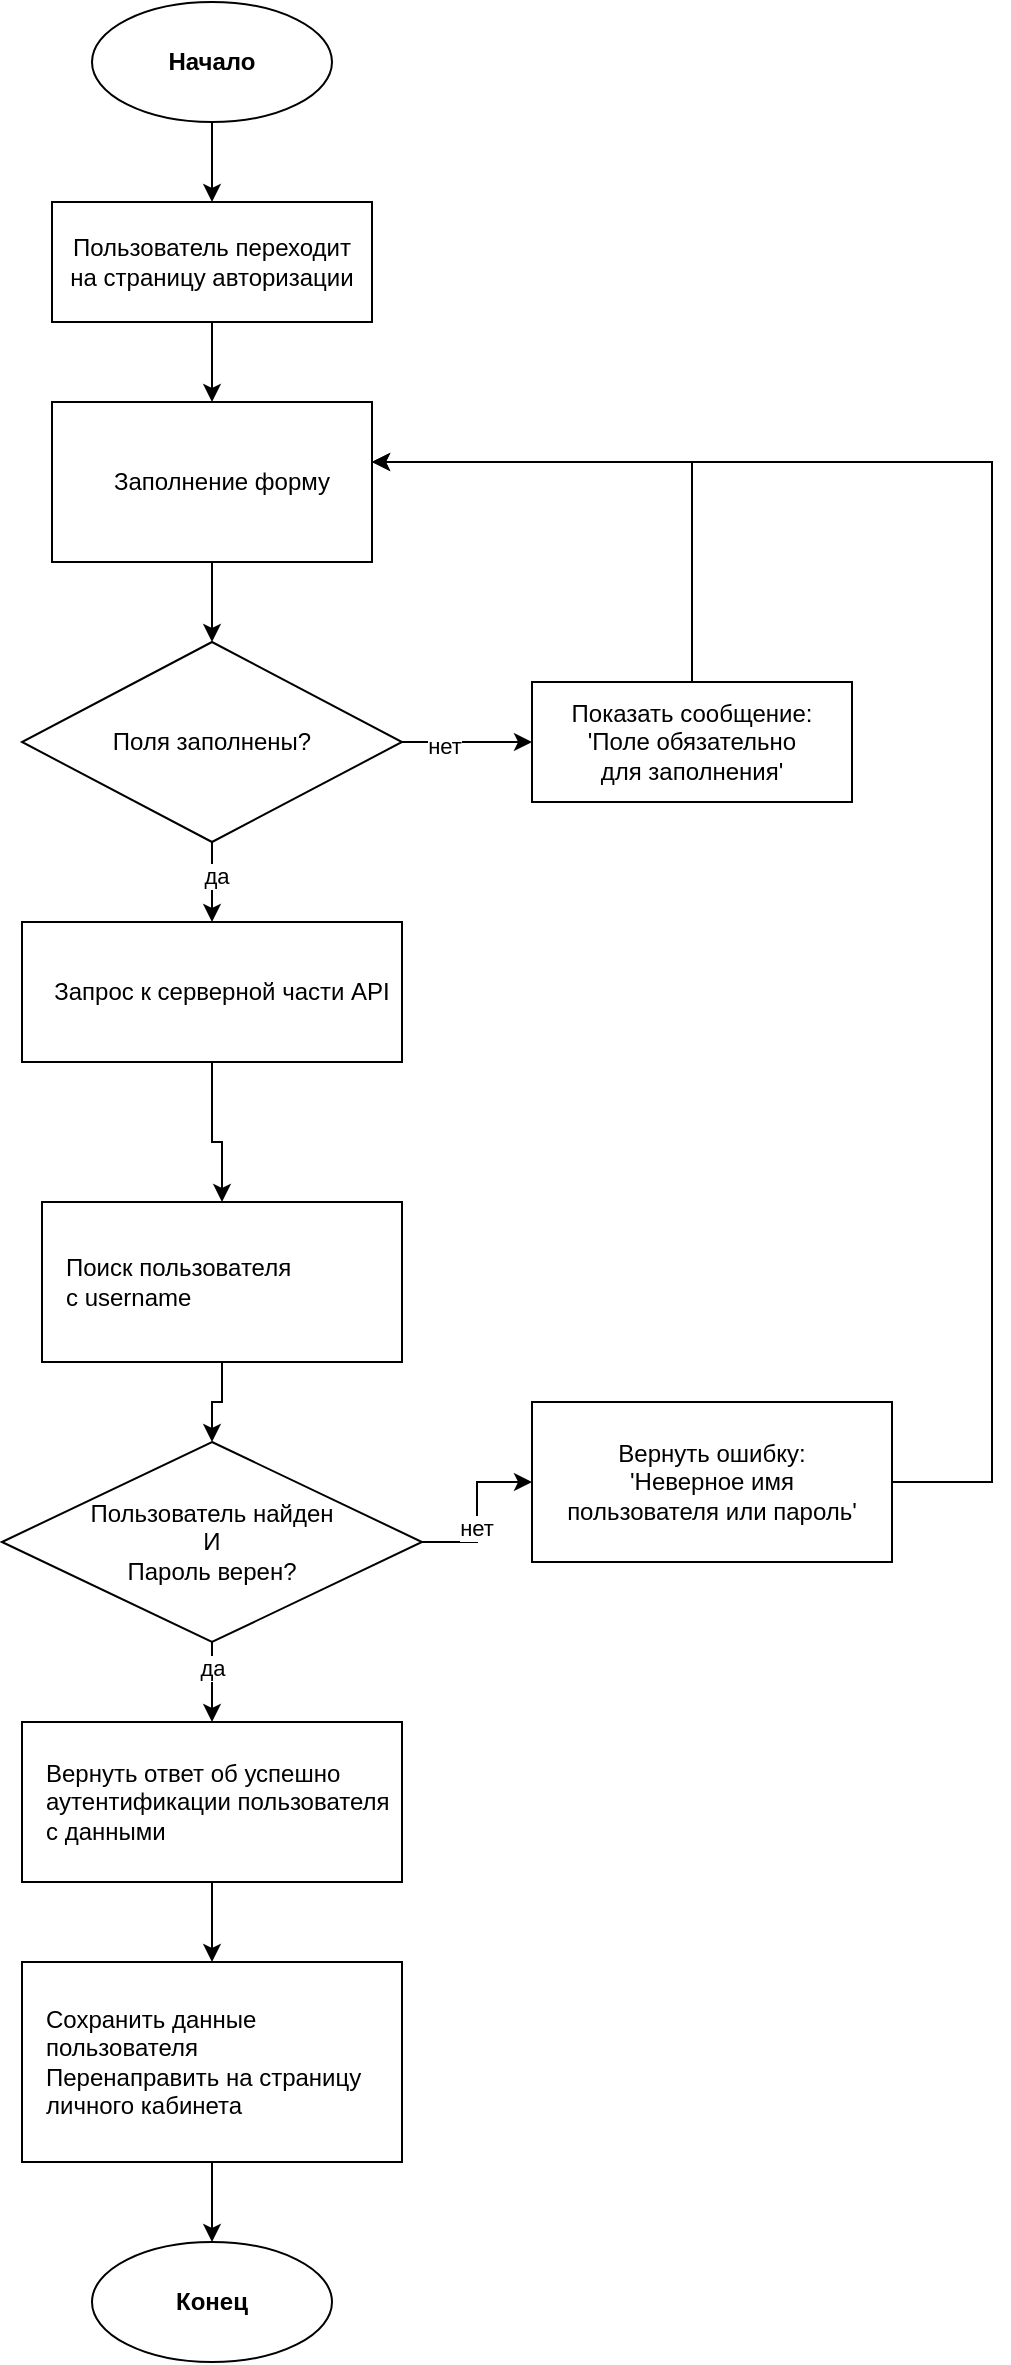
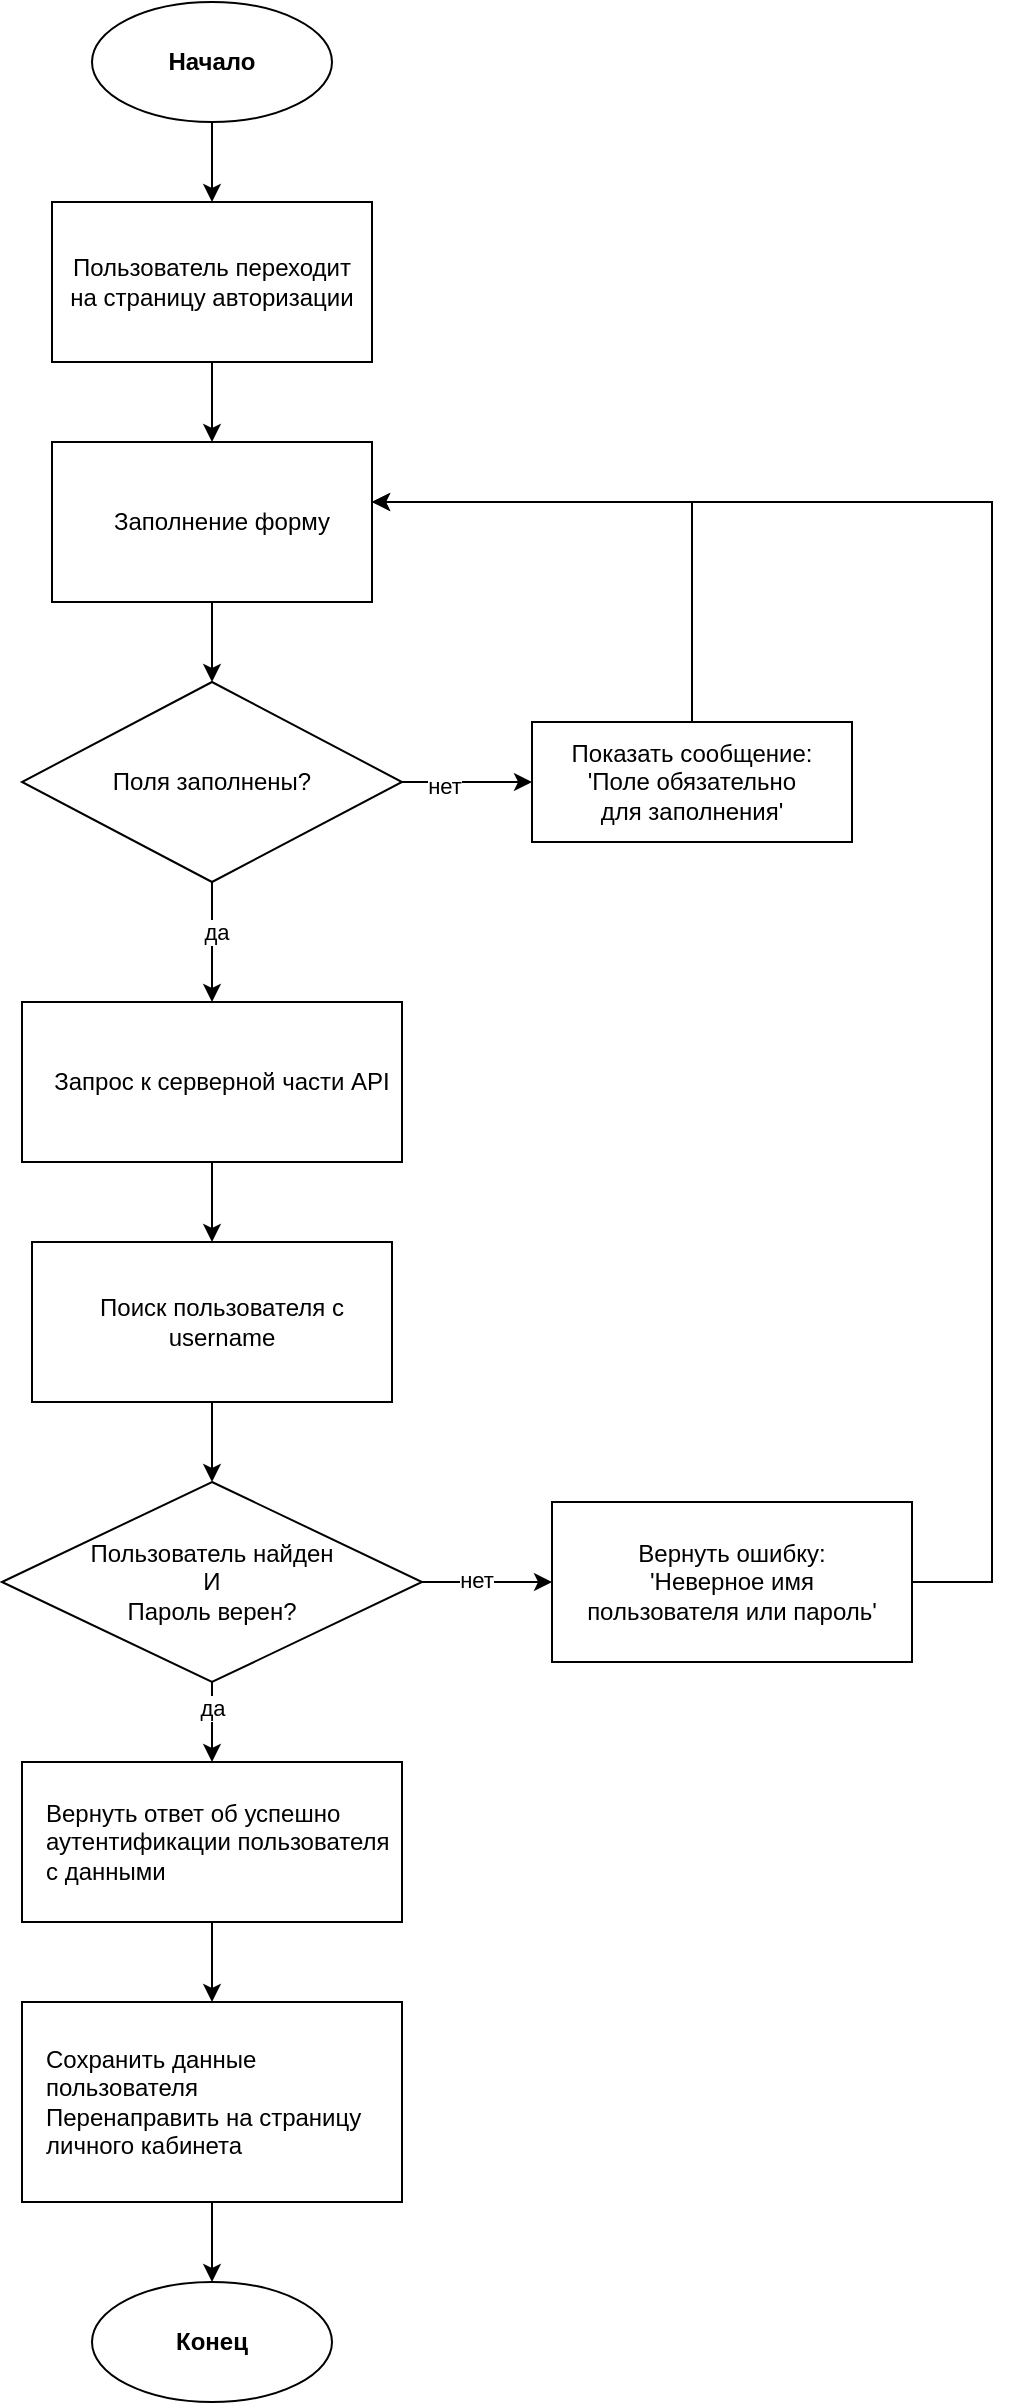
<mxfile host="app.diagrams.net">
  <diagram name="Login Algorithm" id="JlpULRx5UV9ognDDVLM7">
-     <mxGraphModel dx="2357" dy="1320" grid="1" gridSize="10" guides="1" tooltips="1" connect="1" arrows="1" fold="1" page="1" pageScale="1" pageWidth="827" pageHeight="1169" math="0" shadow="0">
+     <mxGraphModel dx="1414" dy="792" grid="1" gridSize="10" guides="1" tooltips="1" connect="1" arrows="1" fold="1" page="1" pageScale="1" pageWidth="827" pageHeight="1169" math="0" shadow="0">
      <root>
        <mxCell id="0" />
        <mxCell id="1" parent="0" />
        <mxCell id="bzk-Thg4Nawm8KJKOuyE-1" parent="1" style="ellipse;whiteSpace=wrap;html=1;fontStyle=1" value="Начало" vertex="1">
-           <mxGeometry height="60" width="120" x="340" y="40" as="geometry" />
+           <mxGeometry height="60" width="120" x="340" y="20" as="geometry" />
        </mxCell>
        <mxCell id="bzk-Thg4Nawm8KJKOuyE-2" parent="1" style="rounded=0;whiteSpace=wrap;html=1;" value="Пользователь переходит&lt;br&gt;на страницу авторизации" vertex="1">
-           <mxGeometry height="60" width="160" x="320" y="140" as="geometry" />
+           <mxGeometry height="80" width="160" x="320" y="120" as="geometry" />
        </mxCell>
        <mxCell id="bzk-Thg4Nawm8KJKOuyE-3" parent="1" style="rounded=0;whiteSpace=wrap;html=1;align=center;spacingLeft=10;" value="&lt;div style=&quot;&quot;&gt;&lt;span style=&quot;background-color: transparent; color: light-dark(rgb(0, 0, 0), rgb(255, 255, 255));&quot;&gt;Заполнение форму&lt;/span&gt;&lt;/div&gt;" vertex="1">
          <mxGeometry height="80" width="160" x="320" y="240" as="geometry" />
        </mxCell>
        <mxCell id="bzk-Thg4Nawm8KJKOuyE-35" edge="1" parent="1" source="bzk-Thg4Nawm8KJKOuyE-4" style="edgeStyle=orthogonalEdgeStyle;rounded=0;orthogonalLoop=1;jettySize=auto;html=1;" target="bzk-Thg4Nawm8KJKOuyE-6">
          <mxGeometry relative="1" as="geometry" />
        </mxCell>
        <mxCell id="bzk-Thg4Nawm8KJKOuyE-38" connectable="0" parent="bzk-Thg4Nawm8KJKOuyE-35" style="edgeLabel;html=1;align=center;verticalAlign=middle;resizable=0;points=[];" value="да" vertex="1">
          <mxGeometry relative="1" x="-0.1667" y="2" as="geometry">
            <mxPoint as="offset" />
          </mxGeometry>
        </mxCell>
        <mxCell id="bzk-Thg4Nawm8KJKOuyE-36" edge="1" parent="1" source="bzk-Thg4Nawm8KJKOuyE-4" style="edgeStyle=orthogonalEdgeStyle;rounded=0;orthogonalLoop=1;jettySize=auto;html=1;entryX=0;entryY=0.5;entryDx=0;entryDy=0;" target="bzk-Thg4Nawm8KJKOuyE-5">
          <mxGeometry relative="1" as="geometry" />
        </mxCell>
        <mxCell id="bzk-Thg4Nawm8KJKOuyE-37" connectable="0" parent="bzk-Thg4Nawm8KJKOuyE-36" style="edgeLabel;html=1;align=center;verticalAlign=middle;resizable=0;points=[];" value="нет" vertex="1">
          <mxGeometry relative="1" x="-0.3487" y="-2" as="geometry">
            <mxPoint as="offset" />
          </mxGeometry>
        </mxCell>
        <mxCell id="bzk-Thg4Nawm8KJKOuyE-4" parent="1" style="rhombus;whiteSpace=wrap;html=1;" value="Поля заполнены?" vertex="1">
          <mxGeometry height="100" width="190" x="305" y="360" as="geometry" />
        </mxCell>
        <mxCell id="bzk-Thg4Nawm8KJKOuyE-5" parent="1" style="rounded=0;whiteSpace=wrap;html=1;" value="Показать сообщение:&lt;br&gt;&#39;Поле обязательно&lt;br&gt;для заполнения&#39;" vertex="1">
          <mxGeometry height="60" width="160" x="560" y="380" as="geometry" />
        </mxCell>
+         <mxCell id="o1voBBchRaHj9LzE9yE5-1" edge="1" parent="1" source="bzk-Thg4Nawm8KJKOuyE-6" style="edgeStyle=orthogonalEdgeStyle;rounded=0;orthogonalLoop=1;jettySize=auto;html=1;entryX=0.5;entryY=0;entryDx=0;entryDy=0;" target="bzk-Thg4Nawm8KJKOuyE-7">
+           <mxGeometry relative="1" as="geometry" />
+         </mxCell>
        <mxCell id="bzk-Thg4Nawm8KJKOuyE-6" parent="1" style="rounded=0;whiteSpace=wrap;html=1;align=center;spacingLeft=10;" value="Запрос к серверной части API" vertex="1">
-           <mxGeometry height="70" width="190" x="305" y="500" as="geometry" />
+           <mxGeometry height="80" width="190" x="305" y="520" as="geometry" />
        </mxCell>
-         <mxCell id="bzk-Thg4Nawm8KJKOuyE-7" parent="1" style="rounded=0;whiteSpace=wrap;html=1;align=left;spacingLeft=10;" value="Поиск пользователя&lt;br&gt;с username" vertex="1">
-           <mxGeometry height="80" width="180" x="315" y="640" as="geometry" />
+         <mxCell id="bzk-Thg4Nawm8KJKOuyE-7" parent="1" style="rounded=0;whiteSpace=wrap;html=1;align=center;spacingLeft=10;" value="Поиск пользователя с username" vertex="1">
+           <mxGeometry height="80" width="180" x="310" y="640" as="geometry" />
        </mxCell>
        <mxCell id="bzk-Thg4Nawm8KJKOuyE-31" edge="1" parent="1" source="bzk-Thg4Nawm8KJKOuyE-8" style="edgeStyle=orthogonalEdgeStyle;rounded=0;orthogonalLoop=1;jettySize=auto;html=1;" target="bzk-Thg4Nawm8KJKOuyE-9">
          <mxGeometry relative="1" as="geometry" />
        </mxCell>
        <mxCell id="bzk-Thg4Nawm8KJKOuyE-33" connectable="0" parent="bzk-Thg4Nawm8KJKOuyE-31" style="edgeLabel;html=1;align=center;verticalAlign=middle;resizable=0;points=[];" value="нет" vertex="1">
          <mxGeometry relative="1" x="-0.1724" y="1" as="geometry">
            <mxPoint as="offset" />
          </mxGeometry>
        </mxCell>
        <mxCell id="bzk-Thg4Nawm8KJKOuyE-32" edge="1" parent="1" source="bzk-Thg4Nawm8KJKOuyE-8" style="edgeStyle=orthogonalEdgeStyle;rounded=0;orthogonalLoop=1;jettySize=auto;html=1;entryX=0.5;entryY=0;entryDx=0;entryDy=0;" target="bzk-Thg4Nawm8KJKOuyE-11">
          <mxGeometry relative="1" as="geometry">
            <mxPoint x="400" y="900" as="targetPoint" />
          </mxGeometry>
        </mxCell>
        <mxCell id="bzk-Thg4Nawm8KJKOuyE-34" connectable="0" parent="bzk-Thg4Nawm8KJKOuyE-32" style="edgeLabel;html=1;align=center;verticalAlign=middle;resizable=0;points=[];" value="да" vertex="1">
          <mxGeometry relative="1" x="-0.3517" as="geometry">
            <mxPoint as="offset" />
          </mxGeometry>
        </mxCell>
        <mxCell id="bzk-Thg4Nawm8KJKOuyE-8" parent="1" style="rhombus;whiteSpace=wrap;html=1;" value="Пользователь найден&lt;br&gt;И&lt;br&gt;Пароль верен?" vertex="1">
          <mxGeometry height="100" width="210" x="295" y="760" as="geometry" />
        </mxCell>
        <mxCell id="bzk-Thg4Nawm8KJKOuyE-9" parent="1" style="rounded=0;whiteSpace=wrap;html=1;" value="Вернуть ошибку:&lt;br&gt;&#39;Неверное имя&lt;br&gt;пользователя или пароль&#39;" vertex="1">
-           <mxGeometry height="80" width="180" x="560" y="740" as="geometry" />
+           <mxGeometry height="80" width="180" x="570" y="770" as="geometry" />
        </mxCell>
        <mxCell id="bzk-Thg4Nawm8KJKOuyE-11" parent="1" style="rounded=0;whiteSpace=wrap;html=1;align=left;spacingLeft=10;" value="Вернуть ответ об успешно аутентификации пользователя с данными" vertex="1">
          <mxGeometry height="80" width="190" x="305" y="900" as="geometry" />
        </mxCell>
        <mxCell id="bzk-Thg4Nawm8KJKOuyE-12" parent="1" style="rounded=0;whiteSpace=wrap;html=1;align=left;spacingLeft=10;" value="Сохранить данные&lt;br&gt;пользователя&lt;br&gt;Перенаправить на страницу личного кабинета" vertex="1">
          <mxGeometry height="100" width="190" x="305" y="1020" as="geometry" />
        </mxCell>
        <mxCell id="bzk-Thg4Nawm8KJKOuyE-13" parent="1" style="ellipse;whiteSpace=wrap;html=1;fontStyle=1" value="Конец" vertex="1">
          <mxGeometry height="60" width="120" x="340" y="1160" as="geometry" />
        </mxCell>
        <mxCell id="bzk-Thg4Nawm8KJKOuyE-14" edge="1" parent="1" source="bzk-Thg4Nawm8KJKOuyE-1" style="edgeStyle=orthogonalEdgeStyle;rounded=0;orthogonalLoop=1;jettySize=auto;html=1;exitX=0.5;exitY=1;entryX=0.5;entryY=0;" target="bzk-Thg4Nawm8KJKOuyE-2">
          <mxGeometry relative="1" as="geometry" />
        </mxCell>
        <mxCell id="bzk-Thg4Nawm8KJKOuyE-15" edge="1" parent="1" source="bzk-Thg4Nawm8KJKOuyE-2" style="edgeStyle=orthogonalEdgeStyle;rounded=0;orthogonalLoop=1;jettySize=auto;html=1;exitX=0.5;exitY=1;entryX=0.5;entryY=0;" target="bzk-Thg4Nawm8KJKOuyE-3">
          <mxGeometry relative="1" as="geometry" />
        </mxCell>
        <mxCell id="bzk-Thg4Nawm8KJKOuyE-16" edge="1" parent="1" source="bzk-Thg4Nawm8KJKOuyE-3" style="edgeStyle=orthogonalEdgeStyle;rounded=0;orthogonalLoop=1;jettySize=auto;html=1;exitX=0.5;exitY=1;entryX=0.5;entryY=0;" target="bzk-Thg4Nawm8KJKOuyE-4">
          <mxGeometry relative="1" as="geometry" />
        </mxCell>
-         <mxCell id="bzk-Thg4Nawm8KJKOuyE-20" edge="1" parent="1" source="bzk-Thg4Nawm8KJKOuyE-6" style="edgeStyle=orthogonalEdgeStyle;rounded=0;orthogonalLoop=1;jettySize=auto;html=1;exitX=0.5;exitY=1;entryX=0.5;entryY=0;" target="bzk-Thg4Nawm8KJKOuyE-7">
-           <mxGeometry relative="1" as="geometry">
-             <Array as="points">
-               <mxPoint x="400" y="610" />
-               <mxPoint x="405" y="610" />
-             </Array>
-           </mxGeometry>
-         </mxCell>
        <mxCell id="bzk-Thg4Nawm8KJKOuyE-21" edge="1" parent="1" source="bzk-Thg4Nawm8KJKOuyE-7" style="edgeStyle=orthogonalEdgeStyle;rounded=0;orthogonalLoop=1;jettySize=auto;html=1;exitX=0.5;exitY=1;entryX=0.5;entryY=0;" target="bzk-Thg4Nawm8KJKOuyE-8">
          <mxGeometry relative="1" as="geometry" />
        </mxCell>
        <mxCell id="bzk-Thg4Nawm8KJKOuyE-26" edge="1" parent="1" source="bzk-Thg4Nawm8KJKOuyE-11" style="edgeStyle=orthogonalEdgeStyle;rounded=0;orthogonalLoop=1;jettySize=auto;html=1;exitX=0.5;exitY=1;entryX=0.5;entryY=0;" target="bzk-Thg4Nawm8KJKOuyE-12">
          <mxGeometry relative="1" as="geometry" />
        </mxCell>
        <mxCell id="bzk-Thg4Nawm8KJKOuyE-27" edge="1" parent="1" source="bzk-Thg4Nawm8KJKOuyE-12" style="edgeStyle=orthogonalEdgeStyle;rounded=0;orthogonalLoop=1;jettySize=auto;html=1;exitX=0.5;exitY=1;entryX=0.5;entryY=0;" target="bzk-Thg4Nawm8KJKOuyE-13">
          <mxGeometry relative="1" as="geometry" />
        </mxCell>
        <mxCell id="bzk-Thg4Nawm8KJKOuyE-29" edge="1" parent="1" source="bzk-Thg4Nawm8KJKOuyE-5" style="edgeStyle=orthogonalEdgeStyle;rounded=0;orthogonalLoop=1;jettySize=auto;html=1;">
          <mxGeometry relative="1" as="geometry">
            <Array as="points">
              <mxPoint x="640" y="270" />
              <mxPoint x="480" y="270" />
            </Array>
            <mxPoint x="480" y="270" as="targetPoint" />
          </mxGeometry>
        </mxCell>
-         <mxCell id="bzk-Thg4Nawm8KJKOuyE-30" edge="1" parent="1" source="bzk-Thg4Nawm8KJKOuyE-9" style="edgeStyle=orthogonalEdgeStyle;rounded=0;orthogonalLoop=1;jettySize=auto;html=1;entryX=1;entryY=0.375;entryDx=0;entryDy=0;entryPerimeter=0;" target="bzk-Thg4Nawm8KJKOuyE-3">
+         <mxCell id="bzk-Thg4Nawm8KJKOuyE-30" edge="1" parent="1" source="bzk-Thg4Nawm8KJKOuyE-9" style="edgeStyle=orthogonalEdgeStyle;rounded=0;orthogonalLoop=1;jettySize=auto;html=1;entryX=1;entryY=0.375;entryDx=0;entryDy=0;entryPerimeter=0;exitX=1;exitY=0.5;exitDx=0;exitDy=0;" target="bzk-Thg4Nawm8KJKOuyE-3">
          <mxGeometry relative="1" as="geometry">
            <Array as="points">
-               <mxPoint x="790" y="780" />
+               <mxPoint x="790" y="810" />
              <mxPoint x="790" y="270" />
            </Array>
          </mxGeometry>
        </mxCell>
      </root>
    </mxGraphModel>
  </diagram>
</mxfile>
